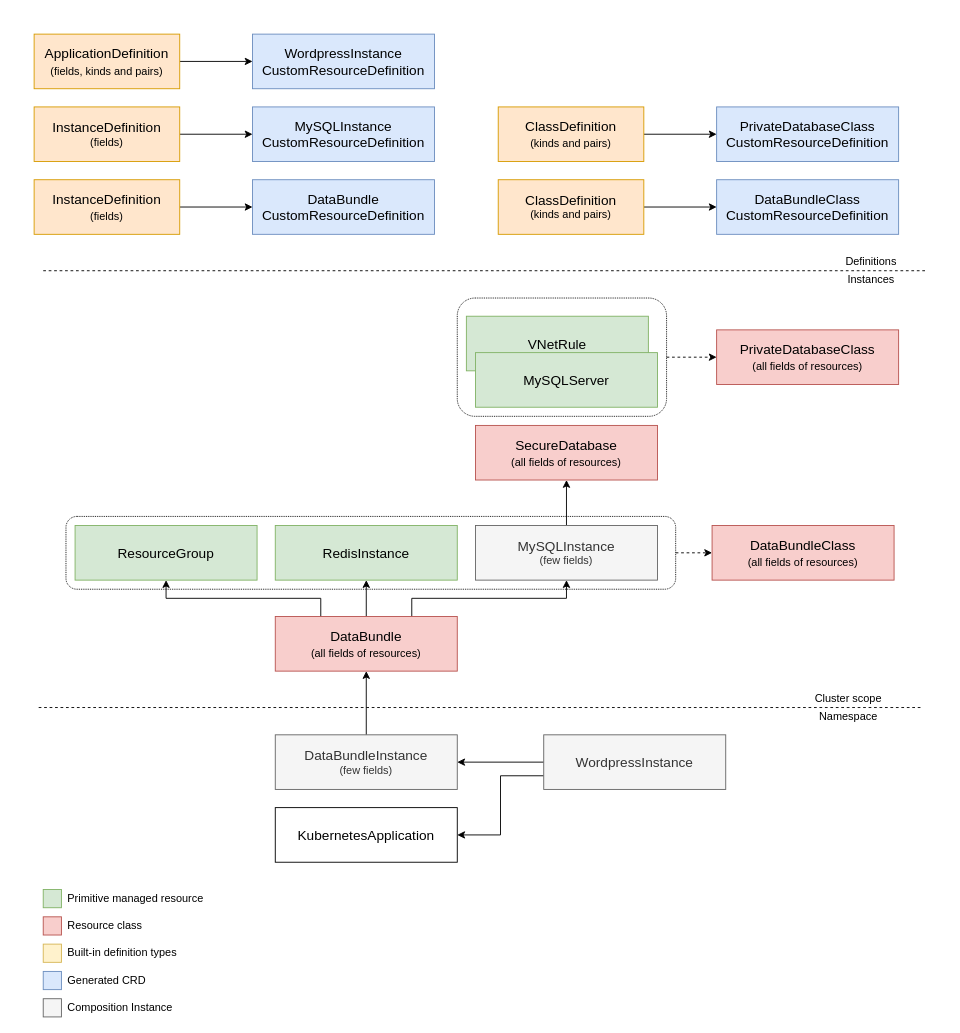
Before: compositeclasses.drawio in muvaf/define-your-claim, a draw.io diagram. Source tidied: cells renumbered, new cells numbered last; positions are measured from the earlier drawing's top-left corner, leaving out a move shared by most shapes. Both pictures are drawn from the tidied source at 91%, with x=0, y=0 at pixel (34, 34).
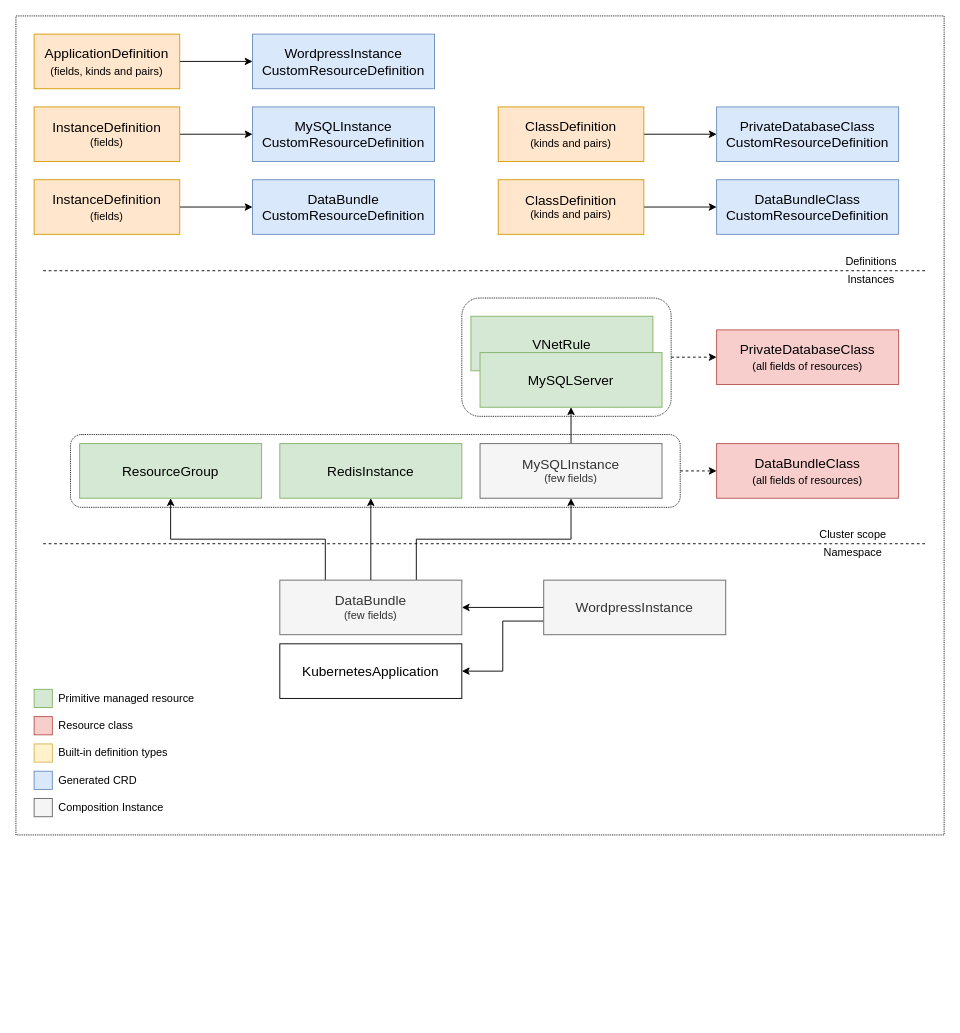
The same diagram, later.

The edit, as a diff of the source:
```diff
@@
+    <mxCell id="56" style="rounded=0;whiteSpace=wrap;html=1;dashed=1;dashPattern=1 1;align=left;fillColor=none;" parent="1" vertex="1">
+      <mxGeometry x="-20" y="-20" width="1020" height="900" as="geometry" />
+    </mxCell>
@@
     <mxCell id="3" style="rounded=1;whiteSpace=wrap;html=1;align=left;fillColor=none;dashed=1;dashPattern=1 1;" parent="1" vertex="1">
-      <mxGeometry x="35" y="530" width="670" height="80" as="geometry" />
+      <mxGeometry x="40" y="440" width="670" height="80" as="geometry" />
     </mxCell>
@@
     <mxCell id="13" style="endArrow=none;dashed=1;html=1;" parent="1" edge="1">
       <mxGeometry relative="1" as="geometry">
-        <mxPoint x="5" y="740" as="sourcePoint" />
-        <mxPoint x="975" y="740" as="targetPoint" />
+        <mxPoint x="10" y="560" as="sourcePoint" />
+        <mxPoint x="980" y="560" as="targetPoint" />
       </mxGeometry>
     </mxCell>
     <mxCell id="14" value="Cluster scope" style="text;html=1;strokeColor=none;fillColor=none;align=center;verticalAlign=middle;whiteSpace=wrap;rounded=0;" parent="1" vertex="1">
-      <mxGeometry x="855" y="720" width="80" height="20" as="geometry" />
+      <mxGeometry x="860" y="540" width="80" height="20" as="geometry" />
     </mxCell>
     <mxCell id="15" value="Namespace" style="text;html=1;strokeColor=none;fillColor=none;align=center;verticalAlign=middle;whiteSpace=wrap;rounded=0;" parent="1" vertex="1">
-      <mxGeometry x="855" y="740" width="80" height="20" as="geometry" />
+      <mxGeometry x="860" y="560" width="80" height="20" as="geometry" />
     </mxCell>
@@
-    <mxCell id="17" style="edgeStyle=orthogonalEdgeStyle;rounded=0;jettySize=auto;html=1;exitX=0;exitY=0.5;exitDx=0;exitDy=0;entryX=1;entryY=0.5;entryDx=0;entryDy=0;" parent="1" edge="1" source="18" target="52">
-      <mxGeometry relative="1" as="geometry" />
-    </mxCell>
+    <mxCell id="57" style="edgeStyle=orthogonalEdgeStyle;rounded=0;jettySize=auto;html=1;exitX=0;exitY=0.5;exitDx=0;exitDy=0;entryX=1;entryY=0.5;entryDx=0;entryDy=0;" parent="1" edge="1" source="18" target="49">
+      <mxGeometry relative="1" as="geometry" />
+    </mxCell>
     <mxCell id="18" value="&lt;div&gt;&lt;font style=&quot;font-size: 15px&quot;&gt;WordpressInstance&lt;/font&gt;&lt;/div&gt;" style="rounded=0;whiteSpace=wrap;html=1;fillColor=#f5f5f5;strokeColor=#666666;fontColor=#333333;" parent="1" vertex="1">
-      <mxGeometry x="560" y="770" width="200" height="60" as="geometry" />
+      <mxGeometry x="560" y="600" width="200" height="60" as="geometry" />
     </mxCell>
@@
     <mxCell id="22" value="&lt;font style=&quot;font-size: 15px&quot;&gt;KubernetesApplication&lt;/font&gt;" style="rounded=0;whiteSpace=wrap;html=1;" parent="1" vertex="1">
-      <mxGeometry x="265" y="850" width="200" height="60" as="geometry" />
+      <mxGeometry x="270" y="670" width="200" height="60" as="geometry" />
     </mxCell>
     <mxCell id="23" value="&lt;font style=&quot;font-size: 15px&quot;&gt;ResourceGroup&lt;/font&gt;" style="rounded=0;whiteSpace=wrap;html=1;fillColor=#d5e8d4;strokeColor=#82b366;" parent="1" vertex="1">
-      <mxGeometry x="45" y="540" width="200" height="60" as="geometry" />
+      <mxGeometry x="50" y="450" width="200" height="60" as="geometry" />
     </mxCell>
@@
     <mxCell id="28" value="&lt;font style=&quot;font-size: 15px&quot;&gt;VNetRule&lt;/font&gt;" style="rounded=0;whiteSpace=wrap;html=1;fillColor=#d5e8d4;strokeColor=#82b366;" parent="1" vertex="1">
-      <mxGeometry x="475" y="310" width="200" height="60" as="geometry" />
+      <mxGeometry x="480" y="310" width="200" height="60" as="geometry" />
     </mxCell>
     <mxCell id="29" value="&lt;font style=&quot;font-size: 15px&quot;&gt;MySQLServer&lt;/font&gt;" style="rounded=0;whiteSpace=wrap;html=1;fillColor=#d5e8d4;strokeColor=#82b366;" parent="1" vertex="1">
-      <mxGeometry x="485" y="350" width="200" height="60" as="geometry" />
+      <mxGeometry x="490" y="350" width="200" height="60" as="geometry" />
     </mxCell>
     <mxCell id="30" style="whiteSpace=wrap;html=1;fillColor=#d5e8d4;strokeColor=#82b366;" parent="1" vertex="1">
-      <mxGeometry x="10" y="940" width="20" height="20" as="geometry" />
+      <mxGeometry y="720" width="20" height="20" as="geometry" />
     </mxCell>
     <mxCell id="31" style="whiteSpace=wrap;html=1;fillColor=#f8cecc;strokeColor=#b85450;" parent="1" vertex="1">
-      <mxGeometry x="10" y="970" width="20" height="20" as="geometry" />
+      <mxGeometry y="750" width="20" height="20" as="geometry" />
     </mxCell>
     <mxCell id="32" style="whiteSpace=wrap;html=1;fillColor=#dae8fc;strokeColor=#6c8ebf;" parent="1" vertex="1">
-      <mxGeometry x="10" y="1030" width="20" height="20" as="geometry" />
+      <mxGeometry y="810" width="20" height="20" as="geometry" />
     </mxCell>
     <mxCell id="33" style="whiteSpace=wrap;html=1;fillColor=#f5f5f5;strokeColor=#666666;fontColor=#333333;" parent="1" vertex="1">
-      <mxGeometry x="10" y="1060" width="20" height="20" as="geometry" />
+      <mxGeometry y="840" width="20" height="20" as="geometry" />
     </mxCell>
     <mxCell id="34" style="whiteSpace=wrap;html=1;fillColor=#fff2cc;strokeColor=#d6b656;" parent="1" vertex="1">
-      <mxGeometry x="10" y="1000" width="20" height="20" as="geometry" />
+      <mxGeometry y="780" width="20" height="20" as="geometry" />
     </mxCell>
     <mxCell id="35" value="Primitive managed resource" style="text;html=1;strokeColor=none;fillColor=none;align=left;verticalAlign=middle;whiteSpace=wrap;rounded=0;" parent="1" vertex="1">
-      <mxGeometry x="35" y="940" width="155" height="20" as="geometry" />
+      <mxGeometry x="25" y="720" width="155" height="20" as="geometry" />
     </mxCell>
     <mxCell id="36" value="Resource class" style="text;html=1;strokeColor=none;fillColor=none;align=left;verticalAlign=middle;whiteSpace=wrap;rounded=0;" parent="1" vertex="1">
-      <mxGeometry x="35" y="970" width="120" height="20" as="geometry" />
+      <mxGeometry x="25" y="750" width="120" height="20" as="geometry" />
     </mxCell>
     <mxCell id="37" value="Built-in definition types" style="text;html=1;strokeColor=none;fillColor=none;align=left;verticalAlign=middle;whiteSpace=wrap;rounded=0;" parent="1" vertex="1">
-      <mxGeometry x="35" y="1000" width="130" height="20" as="geometry" />
+      <mxGeometry x="25" y="780" width="130" height="20" as="geometry" />
     </mxCell>
     <mxCell id="38" value="Generated CRD" style="text;html=1;strokeColor=none;fillColor=none;align=left;verticalAlign=middle;whiteSpace=wrap;rounded=0;" parent="1" vertex="1">
-      <mxGeometry x="35" y="1030" width="120" height="20" as="geometry" />
+      <mxGeometry x="25" y="810" width="120" height="20" as="geometry" />
     </mxCell>
     <mxCell id="39" value="Composition Instance" style="text;html=1;strokeColor=none;fillColor=none;align=left;verticalAlign=middle;whiteSpace=wrap;rounded=0;" parent="1" vertex="1">
-      <mxGeometry x="35" y="1060" width="135" height="20" as="geometry" />
+      <mxGeometry x="25" y="840" width="135" height="20" as="geometry" />
     </mxCell>
-    <mxCell id="40" style="edgeStyle=orthogonalEdgeStyle;rounded=0;jettySize=auto;html=1;exitX=0.5;exitY=0;exitDx=0;exitDy=0;" parent="1" edge="1" source="41" target="50">
-      <mxGeometry relative="1" as="geometry" />
-    </mxCell>
+    <mxCell id="58" style="edgeStyle=orthogonalEdgeStyle;rounded=0;jettySize=auto;html=1;exitX=0.5;exitY=0;exitDx=0;exitDy=0;entryX=0.5;entryY=1;entryDx=0;entryDy=0;" parent="1" edge="1" source="41" target="29">
+      <mxGeometry relative="1" as="geometry" />
+    </mxCell>
     <mxCell id="41" value="&lt;div&gt;&lt;font style=&quot;font-size: 15px&quot;&gt;MySQLInstance&lt;/font&gt;&lt;/div&gt;(few fields)" style="rounded=0;whiteSpace=wrap;html=1;fillColor=#f5f5f5;strokeColor=#666666;fontColor=#333333;" parent="1" vertex="1">
-      <mxGeometry x="485" y="540" width="200" height="60" as="geometry" />
+      <mxGeometry x="490" y="450" width="200" height="60" as="geometry" />
     </mxCell>
     <mxCell id="42" value="&lt;font style=&quot;font-size: 15px&quot;&gt;RedisInstance&lt;/font&gt;" style="rounded=0;whiteSpace=wrap;html=1;fillColor=#d5e8d4;strokeColor=#82b366;" parent="1" vertex="1">
-      <mxGeometry x="265" y="540" width="200" height="60" as="geometry" />
+      <mxGeometry x="270" y="450" width="200" height="60" as="geometry" />
     </mxCell>
@@
     <mxCell id="46" value="&lt;font style=&quot;font-size: 15px&quot;&gt;DataBundleClass&lt;/font&gt;&lt;br&gt;&lt;font style=&quot;font-size: 15px&quot;&gt;&lt;font style=&quot;font-size: 12px&quot;&gt;(all fields of resources)&lt;/font&gt;&lt;/font&gt;" style="rounded=0;whiteSpace=wrap;html=1;fillColor=#f8cecc;strokeColor=#b85450;" parent="1" vertex="1">
-      <mxGeometry x="745" y="540" width="200" height="60" as="geometry" />
+      <mxGeometry x="750" y="450" width="200" height="60" as="geometry" />
     </mxCell>
@@
     <mxCell id="48" style="rounded=1;whiteSpace=wrap;html=1;align=left;fillColor=none;dashed=1;dashPattern=1 1;" parent="1" vertex="1">
-      <mxGeometry x="465" y="290" width="230" height="130" as="geometry" />
+      <mxGeometry x="470" y="290" width="230" height="130" as="geometry" />
     </mxCell>
-    <mxCell id="49" value="&lt;font style=&quot;font-size: 15px&quot;&gt;DataBundle&lt;/font&gt;&lt;br&gt;&lt;font style=&quot;font-size: 15px&quot;&gt;&lt;font style=&quot;font-size: 12px&quot;&gt;(all fields of resources)&lt;/font&gt;&lt;/font&gt;" style="rounded=0;whiteSpace=wrap;html=1;fillColor=#f8cecc;strokeColor=#b85450;" parent="1" vertex="1">
-      <mxGeometry x="265" y="640" width="200" height="60" as="geometry" />
+    <mxCell id="49" value="&lt;font style=&quot;font-size: 15px&quot;&gt;DataBundle&lt;/font&gt;&lt;br&gt;(few fields)" style="rounded=0;whiteSpace=wrap;html=1;fillColor=#f5f5f5;strokeColor=#666666;fontColor=#333333;" parent="1" vertex="1">
+      <mxGeometry x="270" y="600" width="200" height="60" as="geometry" />
     </mxCell>
-    <mxCell id="50" value="&lt;font style=&quot;font-size: 15px&quot;&gt;SecureDatabase&lt;br&gt;&lt;font style=&quot;font-size: 12px&quot;&gt;(&lt;/font&gt;&lt;/font&gt;&lt;font style=&quot;font-size: 15px&quot;&gt;&lt;font style=&quot;font-size: 12px&quot;&gt;&lt;font style=&quot;font-size: 15px&quot;&gt;&lt;font style=&quot;font-size: 12px&quot;&gt;all fields of resources&lt;/font&gt;&lt;/font&gt;)&lt;/font&gt;&lt;br&gt;&lt;/font&gt;" style="rounded=0;whiteSpace=wrap;html=1;fillColor=#f8cecc;strokeColor=#b85450;" parent="1" vertex="1">
-      <mxGeometry x="485" y="430" width="200" height="60" as="geometry" />
-    </mxCell>
-    <mxCell id="51" style="edgeStyle=orthogonalEdgeStyle;rounded=0;jettySize=auto;html=1;exitX=0.5;exitY=0;exitDx=0;exitDy=0;" parent="1" edge="1" source="52" target="49">
-      <mxGeometry relative="1" as="geometry" />
-    </mxCell>
-    <mxCell id="52" value="&lt;font style=&quot;font-size: 15px&quot;&gt;DataBundleInstance&lt;/font&gt;&lt;br&gt;(few fields)" style="rounded=0;whiteSpace=wrap;html=1;fillColor=#f5f5f5;strokeColor=#666666;fontColor=#333333;" parent="1" vertex="1">
-      <mxGeometry x="265" y="770" width="200" height="60" as="geometry" />
-    </mxCell>
```
